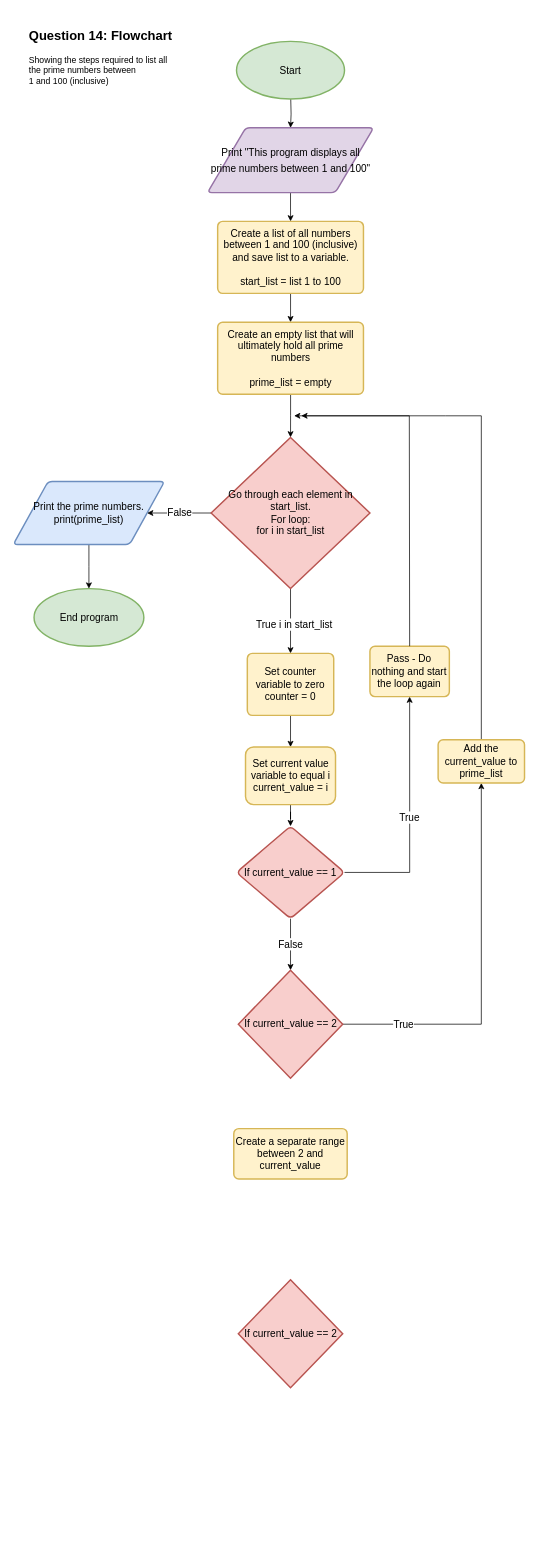
Above: Q14(1)_Flowchart.drawio in Wade008/flowcharts (draw.io), before the change. Source tidied: cells renumbered, new cells numbered last; positions are measured from the earlier drawing's top-left corner, leaving out a move shared by most shapes. Both pictures are drawn from the tidied source at 72%, with x=0, y=0 at pixel (13, 12).
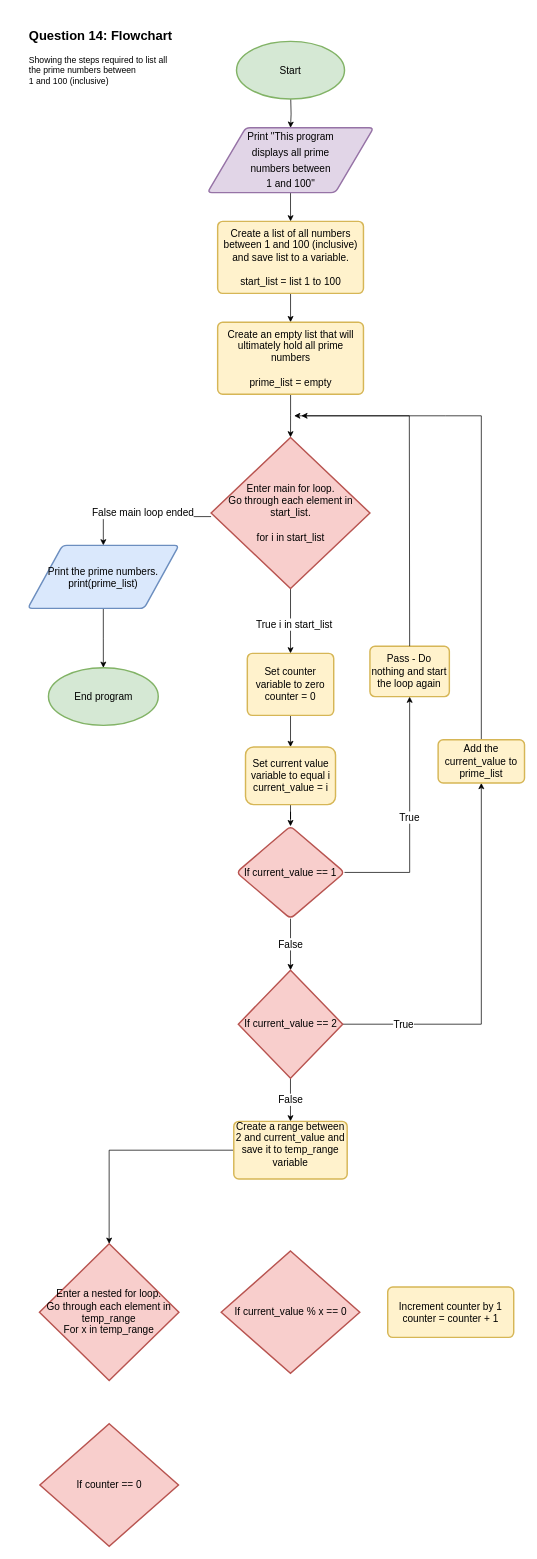
Above is the later version.

The change refers to these unchanged cells:
```xml
<mxCell id="27" value="If current_value == 2" style="strokeWidth=2;html=1;shape=mxgraph.flowchart.decision;whiteSpace=wrap;fontSize=14;fillColor=#f8cecc;strokeColor=#b85450;" parent="1" vertex="1">
  <mxGeometry x="312.5" y="1330" width="145" height="150" as="geometry" />
</mxCell>
```

The edit, as a diff of the source:
```diff
@@
-    <mxCell id="6" value="&lt;font style=&quot;font-size: 14px;&quot;&gt;Print &quot;This program displays all prime numbers between 1 and 100&quot;&lt;/font&gt;" style="shape=parallelogram;html=1;strokeWidth=2;perimeter=parallelogramPerimeter;rounded=1;arcSize=12;size=0.23;fontSize=18;fillColor=#e1d5e7;strokeColor=#9673a6;whiteSpace=wrap;" parent="1" vertex="1">
+    <mxCell id="6" value="&lt;font style=&quot;font-size: 14px;&quot;&gt;Print &quot;This program &lt;br&gt;displays all prime &lt;br&gt;numbers between &lt;br&gt;1 and 100&quot;&lt;/font&gt;" style="shape=parallelogram;html=1;strokeWidth=2;perimeter=parallelogramPerimeter;rounded=1;arcSize=12;size=0.23;fontSize=18;fillColor=#e1d5e7;strokeColor=#9673a6;whiteSpace=wrap;" parent="1" vertex="1">
       <mxGeometry x="269.7" y="160" width="230.6" height="90" as="geometry" />
     </mxCell>
@@
-    <mxCell id="12" value="False" style="edgeStyle=orthogonalEdgeStyle;rounded=0;jettySize=auto;html=1;fontSize=14;" parent="1" edge="1" source="13" target="24">
-      <mxGeometry relative="1" as="geometry" />
+    <mxCell id="12" value="False main loop ended" style="edgeStyle=orthogonalEdgeStyle;rounded=0;jettySize=auto;html=1;fontSize=14;" parent="1" edge="1" source="13" target="24">
+      <mxGeometry relative="1" as="geometry">
+        <Array as="points">
+          <mxPoint x="230" y="700" />
+          <mxPoint x="230" y="695" />
+        </Array>
+      </mxGeometry>
     </mxCell>
-    <mxCell id="13" value="Go through each element in start_list.&lt;br&gt;For loop:&lt;br&gt;for i in start_list" style="strokeWidth=2;html=1;shape=mxgraph.flowchart.decision;whiteSpace=wrap;fontSize=14;fillColor=#f8cecc;strokeColor=#b85450;" parent="1" vertex="1">
+    <mxCell id="13" value="Enter main for loop. &lt;br&gt;Go through each element in start_list.&lt;br&gt;&lt;br&gt;for i in start_list" style="strokeWidth=2;html=1;shape=mxgraph.flowchart.decision;whiteSpace=wrap;fontSize=14;fillColor=#f8cecc;strokeColor=#b85450;" parent="1" vertex="1">
       <mxGeometry x="274.7" y="590" width="220.6" height="210" as="geometry" />
     </mxCell>
@@
-    <mxCell id="23" style="edgeStyle=orthogonalEdgeStyle;rounded=0;jettySize=auto;html=1;exitX=0.5;exitY=1;exitDx=0;exitDy=0;fontSize=14;" parent="1" edge="1" source="24">
-      <mxGeometry relative="1" as="geometry">
-        <mxPoint x="105" y="800" as="targetPoint" />
-      </mxGeometry>
+    <mxCell id="23" style="edgeStyle=orthogonalEdgeStyle;rounded=0;jettySize=auto;html=1;exitX=0.5;exitY=1;exitDx=0;exitDy=0;fontSize=14;entryX=0.5;entryY=0;entryDx=0;entryDy=0;entryPerimeter=0;" parent="1" edge="1" source="24" target="30">
+      <mxGeometry relative="1" as="geometry" />
     </mxCell>
     <mxCell id="24" value="Print the prime numbers.&lt;br&gt;print(prime_list)" style="shape=parallelogram;html=1;strokeWidth=2;perimeter=parallelogramPerimeter;whiteSpace=wrap;rounded=1;arcSize=12;size=0.23;fontSize=14;fillColor=#dae8fc;strokeColor=#6c8ebf;" parent="1" vertex="1">
-      <mxGeometry y="651.2" width="210" height="87.5" as="geometry" />
+      <mxGeometry x="20" y="740" width="210" height="87.5" as="geometry" />
     </mxCell>
@@
+    <mxCell id="33" value="False" style="edgeStyle=orthogonalEdgeStyle;rounded=0;jettySize=auto;html=1;entryX=0.5;entryY=0;entryDx=0;entryDy=0;fontSize=14;" parent="1" edge="1" source="27" target="32">
+      <mxGeometry relative="1" as="geometry" />
+    </mxCell>
@@
     <mxCell id="30" value="End program" style="strokeWidth=2;html=1;shape=mxgraph.flowchart.start_2;whiteSpace=wrap;fontSize=14;fillColor=#d5e8d4;strokeColor=#82b366;" parent="1" vertex="1">
-      <mxGeometry x="28.8" y="800" width="152.5" height="80" as="geometry" />
+      <mxGeometry x="48.8" y="910" width="152.5" height="80" as="geometry" />
     </mxCell>
-    <mxCell id="31" value="If current_value == 2" style="strokeWidth=2;html=1;shape=mxgraph.flowchart.decision;whiteSpace=wrap;fontSize=14;fillColor=#f8cecc;strokeColor=#b85450;" parent="1" vertex="1">
-      <mxGeometry x="312.5" y="1760" width="145" height="150" as="geometry" />
+    <mxCell id="31" value="Enter a nested for loop.&lt;br&gt;Go through each element in temp_range&lt;br&gt;For x in temp_range" style="strokeWidth=2;html=1;shape=mxgraph.flowchart.decision;whiteSpace=wrap;fontSize=14;fillColor=#f8cecc;strokeColor=#b85450;" parent="1" vertex="1">
+      <mxGeometry x="36.3" y="1710" width="193.7" height="190" as="geometry" />
     </mxCell>
+    <mxCell id="34" style="edgeStyle=orthogonalEdgeStyle;rounded=0;jettySize=auto;html=1;fontSize=14;" parent="1" edge="1" source="32" target="31">
+      <mxGeometry relative="1" as="geometry" />
+    </mxCell>
-    <mxCell id="32" value="Create a separate range between 2 and current_value" style="rounded=1;whiteSpace=wrap;html=1;absoluteArcSize=1;arcSize=14;strokeWidth=2;fontSize=14;fillColor=#fff2cc;strokeColor=#d6b656;" parent="1" vertex="1">
-      <mxGeometry x="306.2" y="1550" width="157.5" height="70" as="geometry" />
+    <mxCell id="32" value="Create a range between 2 and current_value and save it to temp_range variable&lt;br&gt;&lt;br&gt;" style="rounded=1;whiteSpace=wrap;html=1;absoluteArcSize=1;arcSize=14;strokeWidth=2;fontSize=14;fillColor=#fff2cc;strokeColor=#d6b656;" parent="1" vertex="1">
+      <mxGeometry x="306.2" y="1540" width="157.5" height="80" as="geometry" />
     </mxCell>
+    <mxCell id="35" value="If current_value % x == 0" style="strokeWidth=2;html=1;shape=mxgraph.flowchart.decision;whiteSpace=wrap;fontSize=14;fillColor=#f8cecc;strokeColor=#b85450;" parent="1" vertex="1">
+      <mxGeometry x="288.7" y="1720" width="192.5" height="170" as="geometry" />
+    </mxCell>
+    <mxCell id="36" value="Increment counter by 1&lt;br&gt;counter = counter + 1" style="rounded=1;whiteSpace=wrap;html=1;absoluteArcSize=1;arcSize=14;strokeWidth=2;fontSize=14;fillColor=#fff2cc;strokeColor=#d6b656;" parent="1" vertex="1">
+      <mxGeometry x="520" y="1770" width="175" height="70" as="geometry" />
+    </mxCell>
+    <mxCell id="37" value="If counter == 0" style="strokeWidth=2;html=1;shape=mxgraph.flowchart.decision;whiteSpace=wrap;fontSize=14;fillColor=#f8cecc;strokeColor=#b85450;" parent="1" vertex="1">
+      <mxGeometry x="36.9" y="1960" width="192.5" height="170" as="geometry" />
+    </mxCell>
```
